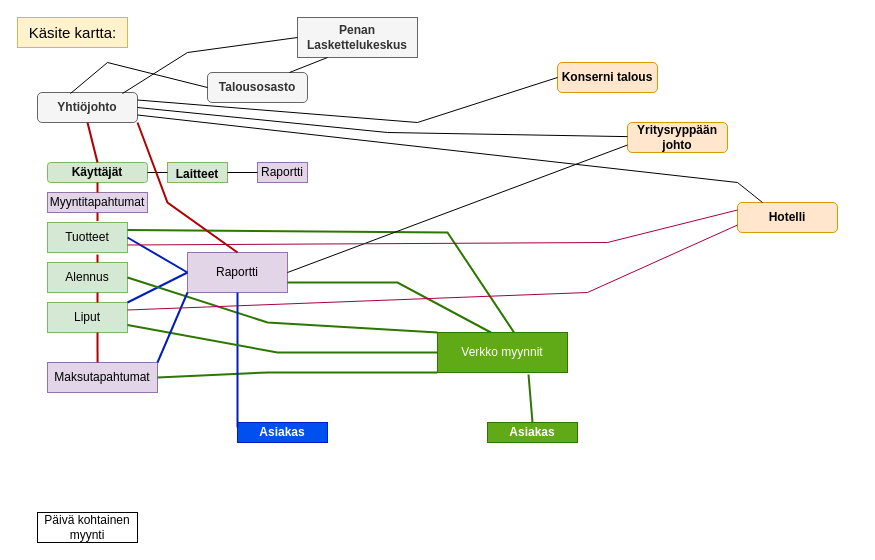
Earlier version of the draw.io diagram Untitled Diagram.drawio (Nele83/Ohjelmointtikehittaja). Source tidied: cells renumbered, new cells numbered last; positions are measured from the earlier drawing's top-left corner, leaving out a move shared by most shapes. Both pictures are drawn from the tidied source at 100%, with x=0, y=0 at pixel (17, 17).
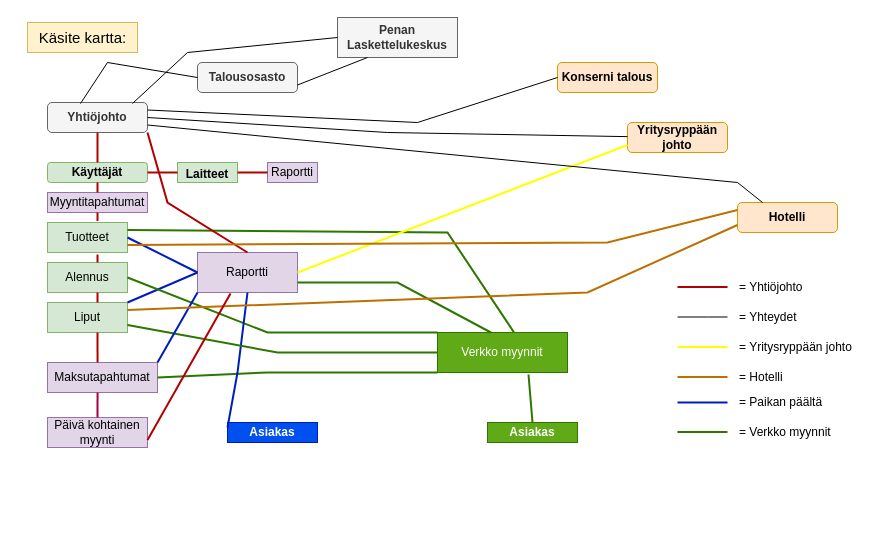
After the change.

Unchanged cells that the change refers to:
```xml
<mxCell id="6" value="Liput" style="rounded=0;whiteSpace=wrap;html=1;fillColor=#d5e8d4;strokeColor=#82b366;" parent="1" vertex="1">
  <mxGeometry x="30" y="285" width="80" height="30" as="geometry" />
</mxCell>
<mxCell id="8" value="&lt;b style=&quot;background-color: initial;&quot;&gt;Yritysryppään johto&lt;/b&gt;" style="rounded=1;whiteSpace=wrap;html=1;fillColor=#ffe6cc;strokeColor=#d79b00;" parent="1" vertex="1">
  <mxGeometry x="610" y="105" width="100" height="30" as="geometry" />
</mxCell>
<mxCell id="9" value="&lt;b&gt;Hotelli&lt;/b&gt;" style="rounded=1;whiteSpace=wrap;html=1;fillColor=#ffe6cc;strokeColor=#d79b00;" parent="1" vertex="1">
  <mxGeometry x="720" y="185" width="100" height="30" as="geometry" />
</mxCell>
<mxCell id="13" value="&lt;b&gt;Käyttäjät&lt;/b&gt;" style="rounded=1;whiteSpace=wrap;html=1;fontSize=12;fillColor=#d5e8d4;strokeColor=#82b366;" parent="1" vertex="1">
  <mxGeometry x="30" y="145" width="100" height="20" as="geometry" />
</mxCell>
<mxCell id="15" value="&lt;font color=&quot;#ffffff&quot;&gt;Verkko myynnit&lt;/font&gt;" style="rounded=0;whiteSpace=wrap;html=1;fontSize=12;fillColor=#60a917;fontColor=#ffffff;strokeColor=#2D7600;" parent="1" vertex="1">
  <mxGeometry x="420" y="315" width="130" height="40" as="geometry" />
</mxCell>
<mxCell id="16" value="Alennus" style="rounded=0;whiteSpace=wrap;html=1;fontSize=12;fillColor=#d5e8d4;strokeColor=#82b366;" parent="1" vertex="1">
  <mxGeometry x="30" y="245" width="80" height="30" as="geometry" />
</mxCell>
<mxCell id="17" value="Tuotteet" style="rounded=0;whiteSpace=wrap;html=1;fontSize=12;fillColor=#d5e8d4;strokeColor=#82b366;" parent="1" vertex="1">
  <mxGeometry x="30" y="205" width="80" height="30" as="geometry" />
</mxCell>
<mxCell id="20" value="Maksutapahtumat" style="rounded=0;whiteSpace=wrap;html=1;fillColor=#e1d5e7;strokeColor=#9673a6;" parent="1" vertex="1">
  <mxGeometry x="30" y="345" width="110" height="30" as="geometry" />
</mxCell>
```

What changed in the source:
```diff
@@
     <mxCell id="2" value="&lt;b&gt;Penan Laskettelukeskus&lt;/b&gt;" style="rounded=0;whiteSpace=wrap;html=1;fillColor=#f5f5f5;fontColor=#333333;strokeColor=#666666;" parent="1" vertex="1">
-      <mxGeometry x="280" width="120" height="40" as="geometry" />
+      <mxGeometry x="320" width="120" height="40" as="geometry" />
     </mxCell>
     <mxCell id="3" value="&lt;b&gt;Yhtiöjohto&lt;/b&gt;" style="rounded=1;whiteSpace=wrap;html=1;fillColor=#f5f5f5;strokeColor=#666666;fontColor=#333333;" parent="1" vertex="1">
-      <mxGeometry x="20" y="75" width="100" height="30" as="geometry" />
+      <mxGeometry x="30" y="85" width="100" height="30" as="geometry" />
     </mxCell>
     <mxCell id="4" value="&lt;b&gt;Talousosasto&lt;/b&gt;" style="rounded=1;whiteSpace=wrap;html=1;fillColor=#f5f5f5;strokeColor=#666666;fontColor=#333333;" parent="1" vertex="1">
-      <mxGeometry x="190" y="55" width="100" height="30" as="geometry" />
+      <mxGeometry x="180" y="45" width="100" height="30" as="geometry" />
     </mxCell>
@@
     <mxCell id="7" value="&lt;b&gt;Asiakas&lt;/b&gt;" style="rounded=0;whiteSpace=wrap;html=1;fillColor=#0050ef;strokeColor=#001DBC;fontColor=#ffffff;" parent="1" vertex="1">
-      <mxGeometry x="220" y="405" width="90" height="20" as="geometry" />
+      <mxGeometry x="210" y="405" width="90" height="20" as="geometry" />
     </mxCell>
@@
     <mxCell id="10" value="&lt;font style=&quot;vertical-align: inherit; font-size: 15px;&quot;&gt;&lt;font style=&quot;vertical-align: inherit; font-size: 15px;&quot;&gt;&lt;font style=&quot;vertical-align: inherit; font-size: 15px;&quot;&gt;&lt;font style=&quot;vertical-align: inherit; font-size: 15px;&quot;&gt;Käsite kartta:&lt;/font&gt;&lt;/font&gt;&lt;/font&gt;&lt;/font&gt;" style="text;html=1;align=center;verticalAlign=middle;strokeColor=#d6b656;fillColor=#fff2cc;" parent="1" vertex="1">
-      <mxGeometry width="110" height="30" as="geometry" />
+      <mxGeometry x="10" y="5" width="110" height="30" as="geometry" />
     </mxCell>
     <mxCell id="11" value="&lt;b&gt;&lt;font style=&quot;font-size: 12px;&quot;&gt;Laitteet&lt;/font&gt;&lt;/b&gt;" style="rounded=0;whiteSpace=wrap;html=1;fontSize=15;fillColor=#d5e8d4;strokeColor=#82b366;" parent="1" vertex="1">
-      <mxGeometry x="150" y="145" width="60" height="20" as="geometry" />
+      <mxGeometry x="160" y="145" width="60" height="20" as="geometry" />
     </mxCell>
@@
     <mxCell id="18" value="Raportti" style="rounded=0;whiteSpace=wrap;html=1;fillColor=#e1d5e7;strokeColor=#9673a6;" parent="1" vertex="1">
-      <mxGeometry x="240" y="145" width="50" height="20" as="geometry" />
+      <mxGeometry x="250" y="145" width="50" height="20" as="geometry" />
     </mxCell>
     <mxCell id="19" value="Raportti" style="rounded=0;whiteSpace=wrap;html=1;fillColor=#e1d5e7;strokeColor=#9673a6;" parent="1" vertex="1">
-      <mxGeometry x="170" y="235" width="100" height="40" as="geometry" />
+      <mxGeometry x="180" y="235" width="100" height="40" as="geometry" />
     </mxCell>
@@
-    <mxCell id="21" value="Päivä kohtainen myynti" style="rounded=0;whiteSpace=wrap;html=1;" parent="1" vertex="1">
-      <mxGeometry x="20" y="495" width="100" height="30" as="geometry" />
+    <mxCell id="21" value="Päivä kohtainen myynti" style="rounded=0;whiteSpace=wrap;html=1;fillColor=#e1d5e7;strokeColor=#9673a6;" parent="1" vertex="1">
+      <mxGeometry x="30" y="400" width="100" height="30" as="geometry" />
     </mxCell>
-    <mxCell id="22" style="endArrow=none;html=1;rounded=0;entryX=0;entryY=0.5;entryDx=0;entryDy=0;exitX=1;exitY=0.5;exitDx=0;exitDy=0;" parent="1" edge="1" source="13" target="11">
+    <mxCell id="22" style="endArrow=none;html=1;rounded=0;entryX=0;entryY=0.5;entryDx=0;entryDy=0;exitX=1;exitY=0.5;exitDx=0;exitDy=0;fillColor=#e51400;strokeColor=#B20000;strokeWidth=2;" parent="1" edge="1" source="13" target="11">
       <mxGeometry relative="1" as="geometry" />
     </mxCell>
-    <mxCell id="23" style="endArrow=none;html=1;rounded=0;entryX=0;entryY=0.5;entryDx=0;entryDy=0;exitX=1;exitY=0.5;exitDx=0;exitDy=0;" parent="1" edge="1" source="11" target="18">
+    <mxCell id="23" style="endArrow=none;html=1;rounded=0;entryX=0;entryY=0.5;entryDx=0;entryDy=0;exitX=1;exitY=0.5;exitDx=0;exitDy=0;fillColor=#e51400;strokeColor=#B20000;strokeWidth=2;" parent="1" edge="1" source="11" target="18">
       <mxGeometry relative="1" as="geometry" />
     </mxCell>
@@
-    <mxCell id="32" style="endArrow=none;html=1;rounded=0;exitX=0.82;exitY=0;exitDx=0;exitDy=0;exitPerimeter=0;entryX=0.25;entryY=1;entryDx=0;entryDy=0;" parent="1" edge="1" source="4" target="2">
+    <mxCell id="32" style="endArrow=none;html=1;rounded=0;exitX=1;exitY=0.75;exitDx=0;exitDy=0;entryX=0.25;entryY=1;entryDx=0;entryDy=0;" parent="1" edge="1" source="4" target="2">
       <mxGeometry relative="1" as="geometry" />
     </mxCell>
@@
     <mxCell id="36" style="endArrow=none;html=1;rounded=0;exitX=1;exitY=0.5;exitDx=0;exitDy=0;entryX=0;entryY=0;entryDx=0;entryDy=0;fillColor=#60a917;strokeColor=#2D7600;strokeWidth=2;" parent="1" edge="1" source="16" target="15">
       <mxGeometry relative="1" as="geometry">
         <Array as="points">
-          <mxPoint x="250" y="305" />
+          <mxPoint x="250" y="315" />
         </Array>
       </mxGeometry>
     </mxCell>
@@
-    <mxCell id="43" style="endArrow=none;html=1;rounded=0;exitX=1;exitY=0.5;exitDx=0;exitDy=0;entryX=0;entryY=0.75;entryDx=0;entryDy=0;" parent="1" edge="1" source="19" target="8">
+    <mxCell id="43" style="endArrow=none;html=1;rounded=0;exitX=1;exitY=0.5;exitDx=0;exitDy=0;entryX=0;entryY=0.75;entryDx=0;entryDy=0;fillColor=#ffff88;strokeColor=#FFFF00;strokeWidth=2;" parent="1" edge="1" source="19" target="8">
       <mxGeometry relative="1" as="geometry" />
     </mxCell>
@@
-    <mxCell id="46" style="endArrow=none;html=1;rounded=0;entryX=0;entryY=0.75;entryDx=0;entryDy=0;exitX=1;exitY=0.25;exitDx=0;exitDy=0;fillColor=#d80073;strokeColor=#A50040;" parent="1" edge="1" source="6" target="9">
+    <mxCell id="46" style="endArrow=none;html=1;rounded=0;entryX=0;entryY=0.75;entryDx=0;entryDy=0;exitX=1;exitY=0.25;exitDx=0;exitDy=0;fillColor=#f0a30a;strokeColor=#BD7000;strokeWidth=2;" parent="1" edge="1" source="6" target="9">
       <mxGeometry relative="1" as="geometry">
         <Array as="points">
           <mxPoint x="570" y="275" />
         </Array>
       </mxGeometry>
     </mxCell>
-    <mxCell id="47" style="endArrow=none;html=1;rounded=0;entryX=0;entryY=0.25;entryDx=0;entryDy=0;exitX=1;exitY=0.75;exitDx=0;exitDy=0;fillColor=#d80073;strokeColor=#A50040;" parent="1" edge="1" source="17" target="9">
+    <mxCell id="47" style="endArrow=none;html=1;rounded=0;entryX=0;entryY=0.25;entryDx=0;entryDy=0;exitX=1;exitY=0.75;exitDx=0;exitDy=0;fillColor=#f0a30a;strokeColor=#BD7000;strokeWidth=2;" parent="1" edge="1" source="17" target="9">
       <mxGeometry relative="1" as="geometry">
         <Array as="points">
           <mxPoint x="590" y="225" />
         </Array>
       </mxGeometry>
     </mxCell>
@@
-    <mxCell id="50" style="endArrow=none;html=1;rounded=0;exitX=1;exitY=0.75;exitDx=0;exitDy=0;entryX=0.25;entryY=0;entryDx=0;entryDy=0;" parent="1" edge="1" source="3" target="9">
+    <mxCell id="50" style="endArrow=none;html=1;rounded=0;exitX=1;exitY=0.75;exitDx=0;exitDy=0;entryX=0.25;entryY=0;entryDx=0;entryDy=0;strokeColor=#000000;" parent="1" edge="1" source="3" target="9">
       <mxGeometry relative="1" as="geometry">
         <Array as="points">
           <mxPoint x="720" y="165" />
         </Array>
       </mxGeometry>
     </mxCell>
+    <mxCell id="51" style="endArrow=none;html=1;rounded=0;strokeWidth=2;fontColor=#FFFFFF;fillColor=#0050ef;strokeColor=#001DBC;" parent="1" edge="1">
+      <mxGeometry relative="1" as="geometry">
+        <mxPoint x="660" y="385" as="sourcePoint" />
+        <mxPoint x="710" y="385" as="targetPoint" />
+      </mxGeometry>
+    </mxCell>
+    <mxCell id="52" value="&lt;font color=&quot;#000000&quot;&gt;= Paikan päältä&lt;/font&gt;" style="text;html=1;strokeColor=none;fillColor=none;align=left;verticalAlign=middle;whiteSpace=wrap;rounded=0;fontColor=#FFFFFF;" parent="1" vertex="1">
+      <mxGeometry x="720" y="370" width="90" height="30" as="geometry" />
+    </mxCell>
+    <mxCell id="53" style="endArrow=none;html=1;rounded=0;strokeWidth=2;fontColor=#000000;fillColor=#60a917;strokeColor=#2D7600;" parent="1" edge="1">
+      <mxGeometry relative="1" as="geometry">
+        <mxPoint x="660" y="414.5" as="sourcePoint" />
+        <mxPoint x="710" y="414.5" as="targetPoint" />
+      </mxGeometry>
+    </mxCell>
+    <mxCell id="54" value="= Verkko myynnit" style="text;html=1;strokeColor=none;fillColor=none;align=left;verticalAlign=middle;whiteSpace=wrap;rounded=0;fontColor=#000000;" parent="1" vertex="1">
+      <mxGeometry x="720" y="400" width="100" height="30" as="geometry" />
+    </mxCell>
+    <mxCell id="55" style="endArrow=none;html=1;rounded=0;strokeWidth=2;fontColor=#000000;fillColor=#e51400;strokeColor=#B20000;" parent="1" edge="1">
+      <mxGeometry relative="1" as="geometry">
+        <mxPoint x="660" y="269.5" as="sourcePoint" />
+        <mxPoint x="710" y="269.5" as="targetPoint" />
+        <Array as="points">
+          <mxPoint x="680" y="269.5" />
+        </Array>
+      </mxGeometry>
+    </mxCell>
+    <mxCell id="56" value="= Yhtiöjohto" style="text;html=1;strokeColor=none;fillColor=none;align=left;verticalAlign=middle;whiteSpace=wrap;rounded=0;fontColor=#000000;" parent="1" vertex="1">
+      <mxGeometry x="720" y="255" width="80" height="30" as="geometry" />
+    </mxCell>
+    <mxCell id="57" style="endArrow=none;html=1;rounded=0;strokeWidth=2;fontColor=#000000;fillColor=#f0a30a;strokeColor=#BD7000;" parent="1" edge="1">
+      <mxGeometry relative="1" as="geometry">
+        <mxPoint x="660" y="359.5" as="sourcePoint" />
+        <mxPoint x="710" y="359.5" as="targetPoint" />
+      </mxGeometry>
+    </mxCell>
+    <mxCell id="58" value="= Hotelli" style="text;html=1;strokeColor=none;fillColor=none;align=left;verticalAlign=middle;whiteSpace=wrap;rounded=0;fontColor=#000000;" parent="1" vertex="1">
+      <mxGeometry x="720" y="345" width="90" height="30" as="geometry" />
+    </mxCell>
+    <mxCell id="59" style="endArrow=none;html=1;rounded=0;strokeColor=#A50040;strokeWidth=2;fontColor=#000000;exitX=0.5;exitY=0;exitDx=0;exitDy=0;entryX=0.455;entryY=1;entryDx=0;entryDy=0;entryPerimeter=0;" parent="1" edge="1" source="21" target="20">
+      <mxGeometry relative="1" as="geometry" />
+    </mxCell>
+    <mxCell id="60" style="endArrow=none;html=1;rounded=0;strokeColor=#B20000;strokeWidth=2;fontColor=#000000;exitX=1;exitY=0.75;exitDx=0;exitDy=0;fillColor=#e51400;entryX=0.33;entryY=1.025;entryDx=0;entryDy=0;entryPerimeter=0;" parent="1" edge="1" source="21" target="19">
+      <mxGeometry relative="1" as="geometry" />
+    </mxCell>
+    <mxCell id="61" style="endArrow=none;html=1;rounded=0;strokeColor=#000000;strokeWidth=1;fontColor=#000000;" parent="1" edge="1">
+      <mxGeometry relative="1" as="geometry">
+        <mxPoint x="660" y="299.5" as="sourcePoint" />
+        <mxPoint x="710" y="299.5" as="targetPoint" />
+        <Array as="points">
+          <mxPoint x="690" y="299.5" />
+        </Array>
+      </mxGeometry>
+    </mxCell>
+    <mxCell id="62" value="= Yhteydet" style="text;html=1;strokeColor=none;fillColor=none;align=left;verticalAlign=middle;whiteSpace=wrap;rounded=0;fontColor=#000000;" parent="1" vertex="1">
+      <mxGeometry x="720" y="285" width="90" height="30" as="geometry" />
+    </mxCell>
+    <mxCell id="63" style="endArrow=none;html=1;rounded=0;strokeColor=#FFFF00;strokeWidth=2;fontColor=#000000;" parent="1" edge="1">
+      <mxGeometry relative="1" as="geometry">
+        <mxPoint x="660" y="329.5" as="sourcePoint" />
+        <mxPoint x="710" y="329.5" as="targetPoint" />
+        <Array as="points">
+          <mxPoint x="680" y="329.5" />
+        </Array>
+      </mxGeometry>
+    </mxCell>
+    <mxCell id="64" value="= Yritysryppään johto" style="text;html=1;strokeColor=none;fillColor=none;align=left;verticalAlign=middle;whiteSpace=wrap;rounded=0;fontColor=#000000;" parent="1" vertex="1">
+      <mxGeometry x="720" y="315" width="120" height="30" as="geometry" />
+    </mxCell>
```
